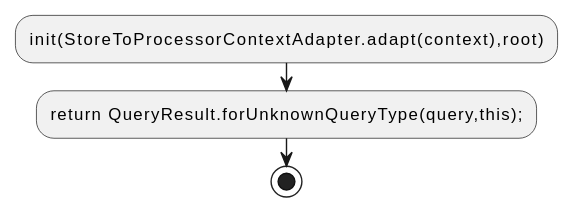
The PlantUML diagram docs/qc/streams/src/main/java/org/apache/kafka/streams/processor/StateStore.java.fct.svg in qualitesys/kafka, before a commit.
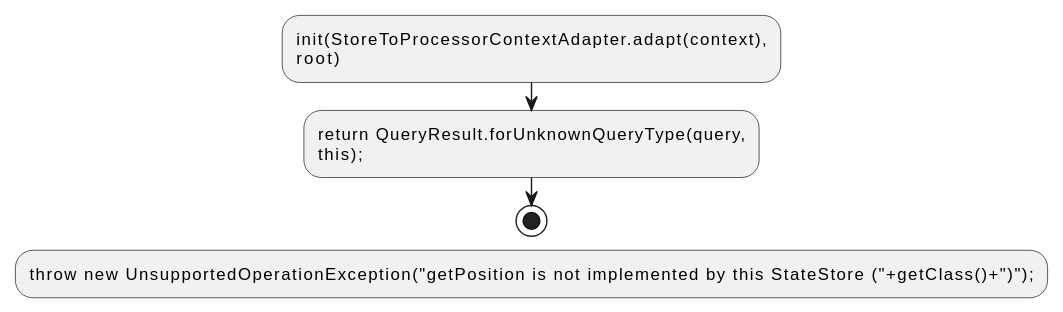
After the change.

The edit, as a diff of the source:
```diff
@@ -1,6 +1,9 @@
 @startuml
 !pragma layout smetana
-:init(StoreToProcessorContextAdapter.adapt(context),root);
-:return QueryResult.forUnknownQueryType(query,this);;
+:init(StoreToProcessorContextAdapter.adapt(context),
+root);
+:return QueryResult.forUnknownQueryType(query,
+this);;
 stop
+:throw new UnsupportedOperationException("getPosition is not implemented by this StateStore ("+getClass()+")");;
 @enduml
```
